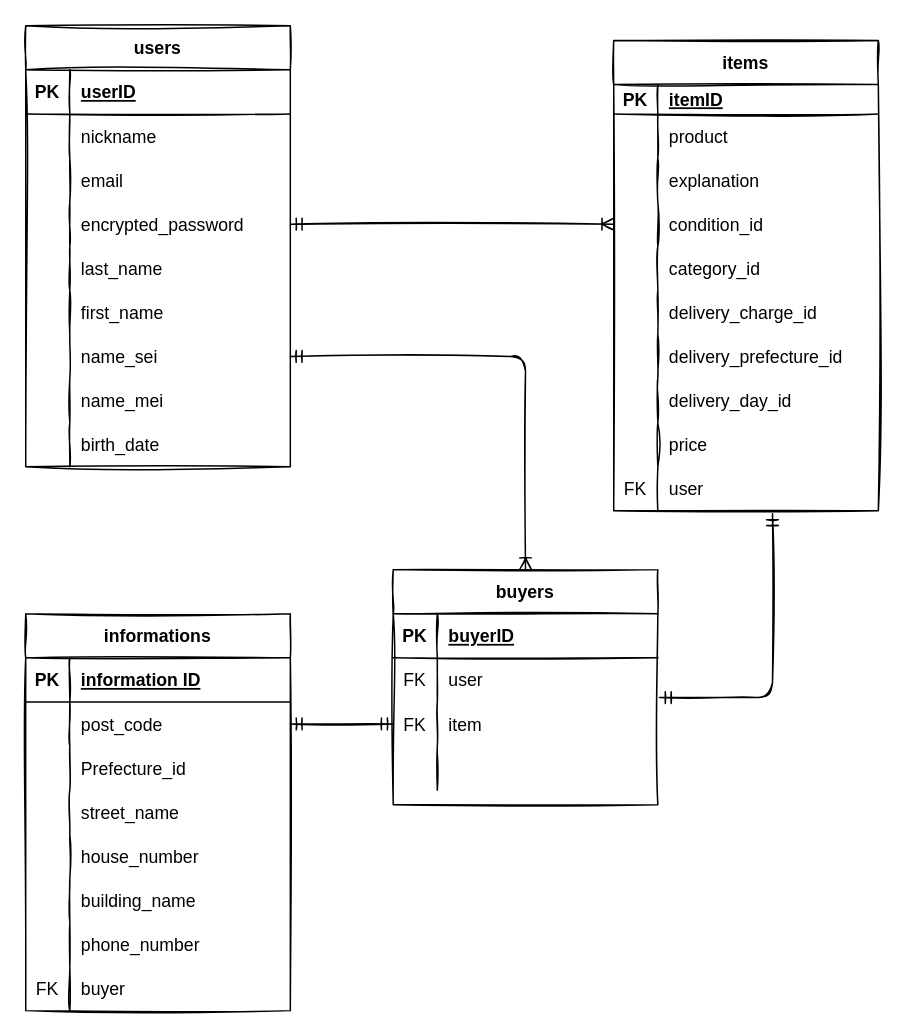
The draw.io diagram furima.dio in akira-no/furima-38113, before the edit. Source tidied: cells renumbered, new cells numbered last; positions are measured from the earlier drawing's top-left corner, leaving out a move shared by most shapes. Both pictures are drawn from the tidied source at 147%, with x=0, y=0 at pixel (25, 25).
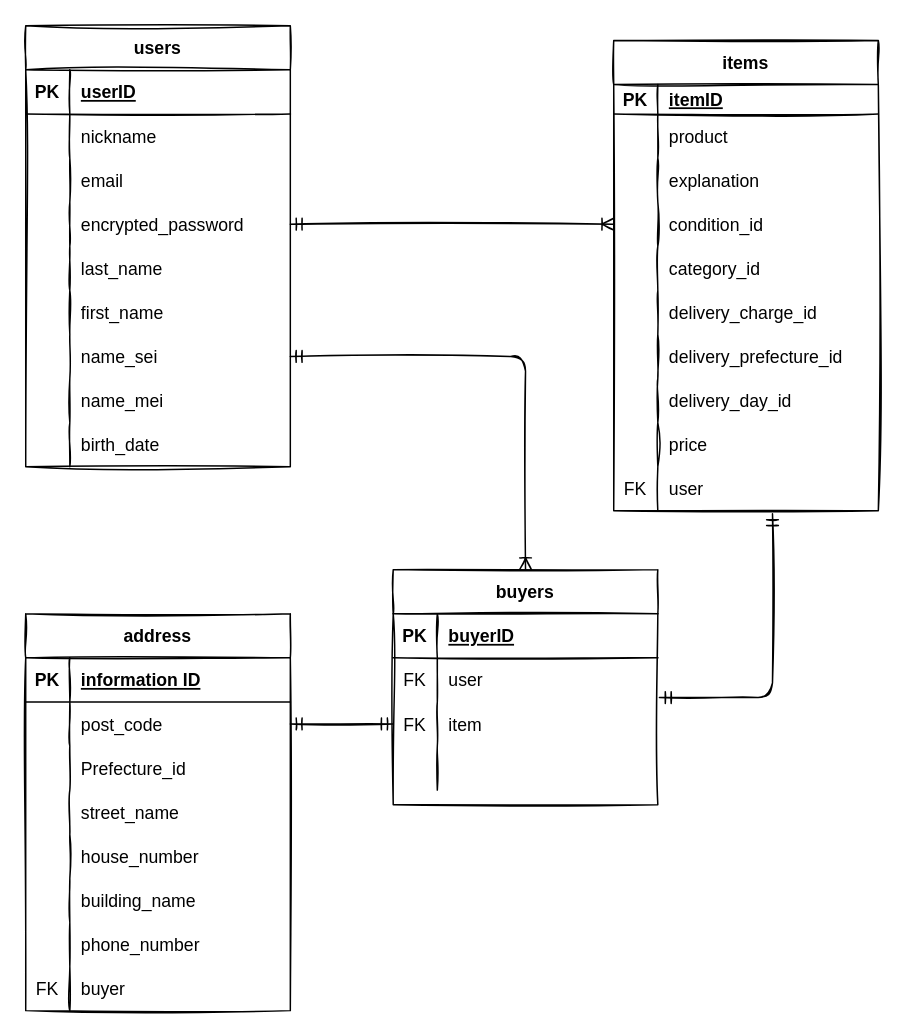
The same diagram, later.

Commit message (it also covers changes not shown here):
商品購入モデル,アドレスモデル,マイグレーション,アソシエーション,モデル名一部変更に伴いreadme,er図の名称変更

Change to the diagram source:
```diff
@@
-    <mxCell id="30" value="informations" style="shape=table;startSize=30;childLayout=tableLayout;rowLines=0;fontStyle=1;align=center;sketch=1;" parent="1" vertex="1">
+    <mxCell id="30" value="address" style="shape=table;startSize=30;childLayout=tableLayout;rowLines=0;fontStyle=1;align=center;sketch=1;" parent="1" vertex="1">
       <mxGeometry y="400" width="180" height="270" as="geometry" />
     </mxCell>
```
